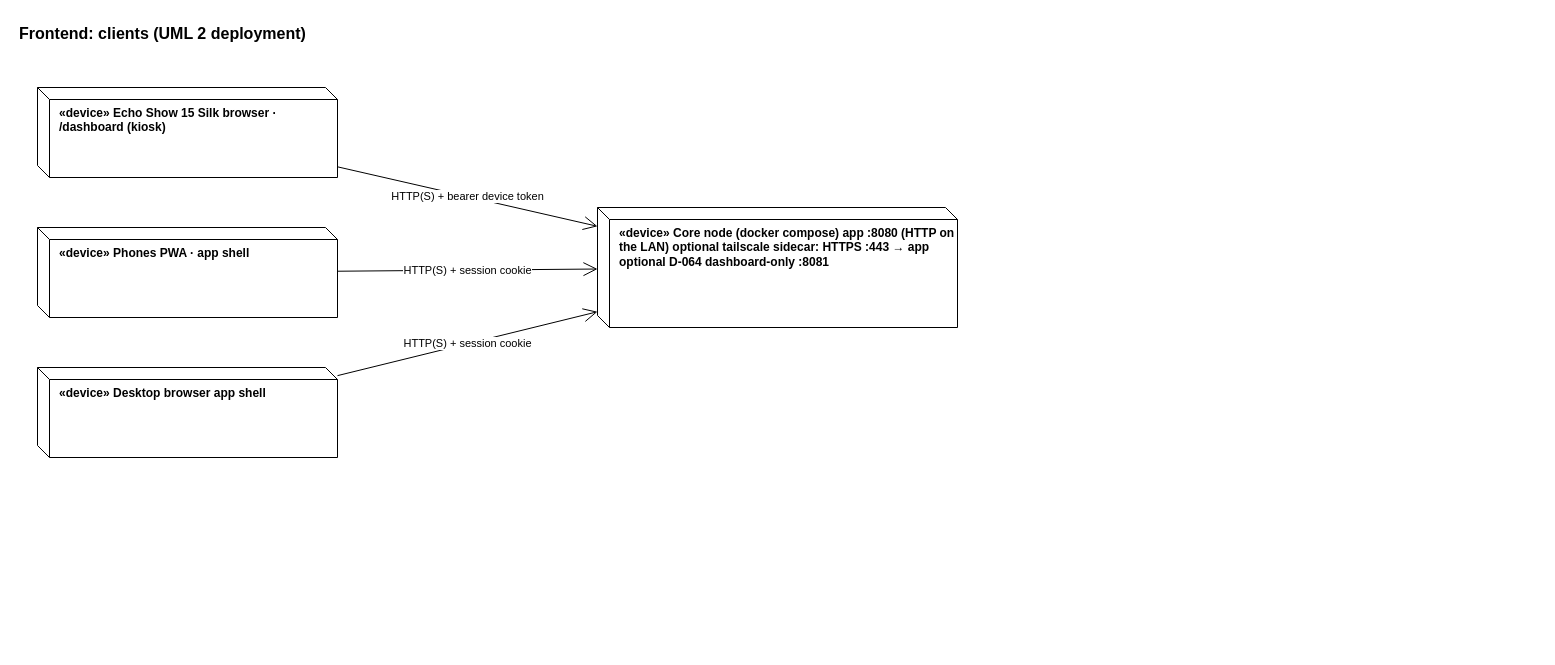
Above: page "Clients" (2 of 3) of arch/Frontend.drawio in JonGanz/family-assistant (draw.io), before the change. Source tidied: cells renumbered, new cells numbered last; positions are measured from the earlier drawing's top-left corner, leaving out a move shared by most shapes. Both pictures are drawn from the tidied source at 100%, with x=0, y=0 at pixel (17, 17).
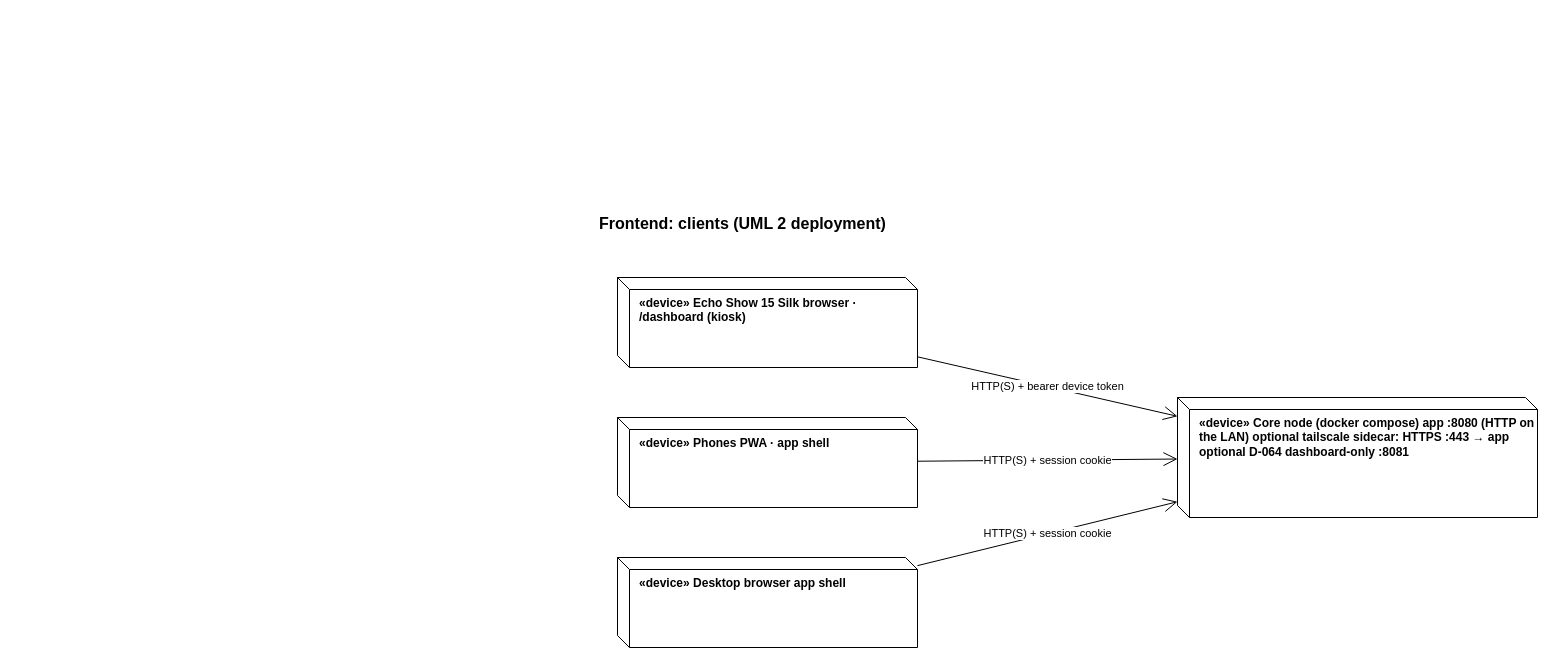
Above is the later version.

The edit, as a diff of the source:
```diff
@@
 <mxGraphModel>
   <root>
     <mxCell id="0" />
     <mxCell id="1" parent="0" />
-    <mxCell id="2" value="Frontend: clients (UML 2 deployment)" style="text;fontSize=16;fontStyle=1;html=1;" parent="1" vertex="1">
-      <mxGeometry width="700" height="30" as="geometry" />
-    </mxCell>
-    <mxCell id="3" value="«device» Echo Show 15 Silk browser · /dashboard (kiosk)" style="shape=cube;whiteSpace=wrap;html=1;boundedLbl=1;size=12;verticalAlign=top;align=left;spacingLeft=8;fontStyle=1;" parent="1" vertex="1">
-      <mxGeometry x="20" y="70" width="300" height="90" as="geometry" />
-    </mxCell>
-    <mxCell id="4" value="«device» Phones PWA · app shell" style="shape=cube;whiteSpace=wrap;html=1;boundedLbl=1;size=12;verticalAlign=top;align=left;spacingLeft=8;fontStyle=1;" parent="1" vertex="1">
-      <mxGeometry x="20" y="210" width="300" height="90" as="geometry" />
-    </mxCell>
-    <mxCell id="5" value="«device» Desktop browser app shell" style="shape=cube;whiteSpace=wrap;html=1;boundedLbl=1;size=12;verticalAlign=top;align=left;spacingLeft=8;fontStyle=1;" parent="1" vertex="1">
-      <mxGeometry x="20" y="350" width="300" height="90" as="geometry" />
-    </mxCell>
-    <mxCell id="6" value="«device» Core node (docker compose) app :8080 (HTTP on the LAN) optional tailscale sidecar: HTTPS :443 → app optional D-064 dashboard-only :8081" style="shape=cube;whiteSpace=wrap;html=1;boundedLbl=1;size=12;verticalAlign=top;align=left;spacingLeft=8;fontStyle=1;" parent="1" vertex="1">
-      <mxGeometry x="580" y="190" width="360" height="120" as="geometry" />
+    <mxCell id="6" value="Frontend: clients (UML 2 deployment)" style="text;fontSize=16;fontStyle=1;html=1;" parent="1" vertex="1">
+      <mxGeometry x="580" y="190" width="700" height="30" as="geometry" />
     </mxCell>
-    <mxCell id="7" value="HTTP(S) + bearer device token" style="endArrow=open;endSize=12;html=1;" parent="1" edge="1" source="3" target="6">
-      <mxGeometry relative="1" as="geometry" />
+    <mxCell id="7" value="«device» Echo Show 15 Silk browser · /dashboard (kiosk)" style="shape=cube;whiteSpace=wrap;html=1;boundedLbl=1;size=12;verticalAlign=top;align=left;spacingLeft=8;fontStyle=1;" parent="1" vertex="1">
+      <mxGeometry x="600" y="260" width="300" height="90" as="geometry" />
     </mxCell>
-    <mxCell id="8" value="HTTP(S) + session cookie" style="endArrow=open;endSize=12;html=1;" parent="1" edge="1" source="4" target="6">
-      <mxGeometry relative="1" as="geometry" />
+    <mxCell id="8" value="«device» Phones PWA · app shell" style="shape=cube;whiteSpace=wrap;html=1;boundedLbl=1;size=12;verticalAlign=top;align=left;spacingLeft=8;fontStyle=1;" parent="1" vertex="1">
+      <mxGeometry x="600" y="400" width="300" height="90" as="geometry" />
     </mxCell>
-    <mxCell id="9" value="HTTP(S) + session cookie" style="endArrow=open;endSize=12;html=1;" parent="1" edge="1" source="5" target="6">
-      <mxGeometry relative="1" as="geometry" />
+    <mxCell id="9" value="«device» Desktop browser app shell" style="shape=cube;whiteSpace=wrap;html=1;boundedLbl=1;size=12;verticalAlign=top;align=left;spacingLeft=8;fontStyle=1;" parent="1" vertex="1">
+      <mxGeometry x="600" y="540" width="300" height="90" as="geometry" />
     </mxCell>
+    <mxCell id="10" value="«device» Core node (docker compose) app :8080 (HTTP on the LAN) optional tailscale sidecar: HTTPS :443 → app optional D-064 dashboard-only :8081" style="shape=cube;whiteSpace=wrap;html=1;boundedLbl=1;size=12;verticalAlign=top;align=left;spacingLeft=8;fontStyle=1;" parent="1" vertex="1">
+      <mxGeometry x="1160" y="380" width="360" height="120" as="geometry" />
+    </mxCell>
+    <mxCell id="11" value="HTTP(S) + bearer device token" style="endArrow=open;endSize=12;html=1;" parent="1" edge="1" source="7" target="10">
+      <mxGeometry relative="1" as="geometry" />
+    </mxCell>
+    <mxCell id="12" value="HTTP(S) + session cookie" style="endArrow=open;endSize=12;html=1;" parent="1" edge="1" source="8" target="10">
+      <mxGeometry relative="1" as="geometry" />
+    </mxCell>
+    <mxCell id="13" value="HTTP(S) + session cookie" style="endArrow=open;endSize=12;html=1;" parent="1" edge="1" source="9" target="10">
+      <mxGeometry relative="1" as="geometry" />
+    </mxCell>
   </root>
 </mxGraphModel>
```
